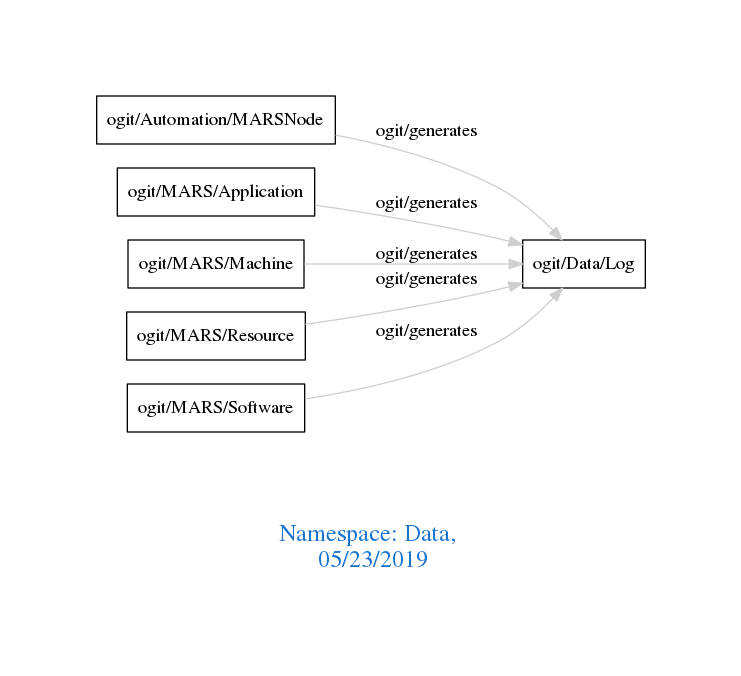
The Graphviz diagram downloads/Data.png in arago/OGIT, before a commit. Its source is kept beside it as downloads/Data.dot.
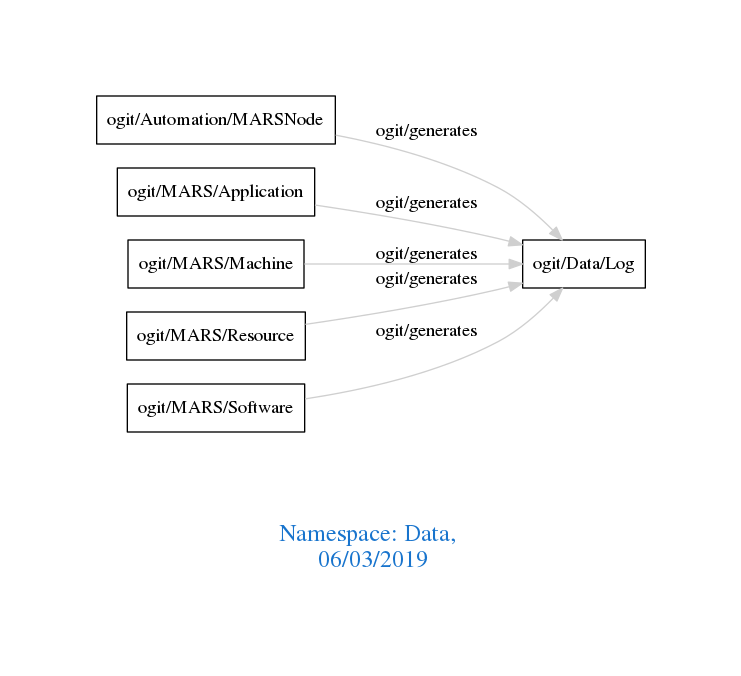
The same diagram one commit later.

What changed in the source:
```diff
@@ -1,7 +1,7 @@
 digraph OGIT_ontology {
  graph [ rankdir= LR,pad=1
 fontsize = 18,
-fontcolor= dodgerblue3,label = "\n\n\nNamespace: Data, \n 05/23/2019"];
+fontcolor= dodgerblue3,label = "\n\n\nNamespace: Data, \n 06/03/2019"];
 node[shape=polygon];
 edge [  color="gray81"];
 
```
